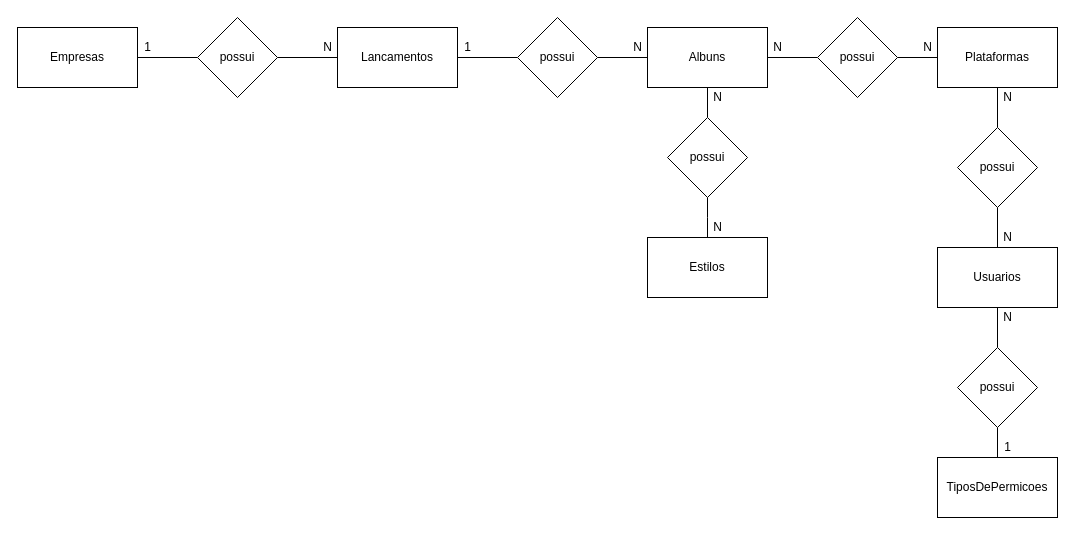
Above: page "conceitual" (1 of 2) of exercicios/1.4-exercicio-optus/1.4-exercicio-optus.drawio in Pedro-B-Alves/senai_sprint1_bd (draw.io), before the change. Source tidied: cells renumbered, new cells numbered last; positions are measured from the earlier drawing's top-left corner, leaving out a move shared by most shapes. Both pictures are drawn from the tidied source at 100%, with x=0, y=0 at pixel (17, 17).
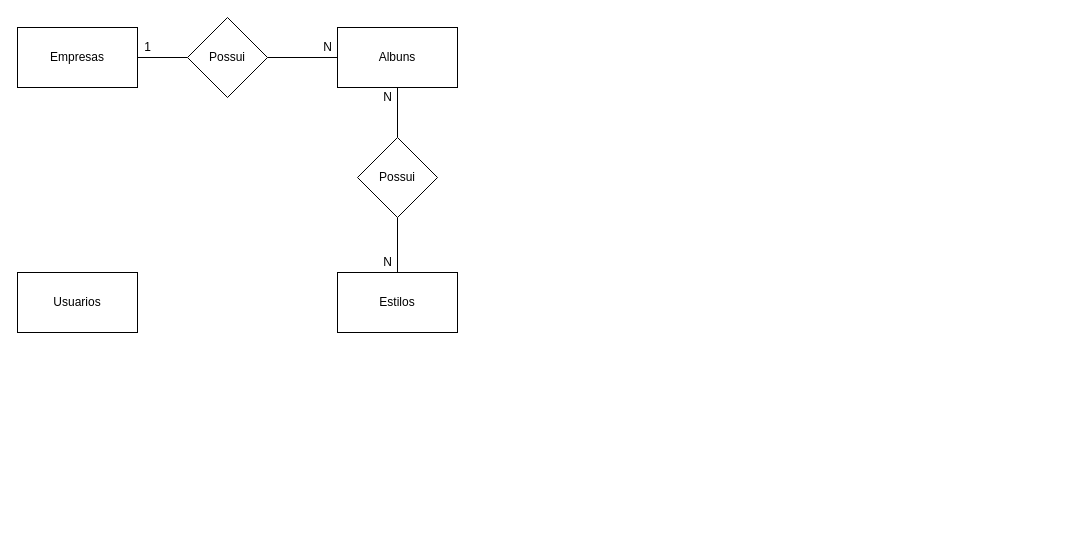
The same page after the edit.

The change refers to these unchanged cells:
```xml
<mxCell id="3" value="Empresas" style="rounded=0;whiteSpace=wrap;html=1;" parent="1" vertex="1">
  <mxGeometry y="10" width="120" height="60" as="geometry" />
</mxCell>
```

What changed in the source:
```diff
@@
-    <mxCell id="2" style="edgeStyle=orthogonalEdgeStyle;rounded=0;jettySize=auto;html=1;exitX=1;exitY=0.5;exitDx=0;exitDy=0;entryX=0;entryY=0.5;entryDx=0;entryDy=0;endArrow=none;endFill=0;" parent="1" edge="1" source="3" target="8">
-      <mxGeometry relative="1" as="geometry" />
-    </mxCell>
+    <mxCell id="39" style="edgeStyle=orthogonalEdgeStyle;rounded=0;jettySize=auto;html=1;exitX=1;exitY=0.5;exitDx=0;exitDy=0;entryX=0;entryY=0.5;entryDx=0;entryDy=0;endArrow=none;endFill=0;" parent="1" edge="1" source="3" target="14">
+      <mxGeometry relative="1" as="geometry" />
+    </mxCell>
@@
-    <mxCell id="4" style="edgeStyle=orthogonalEdgeStyle;rounded=0;jettySize=auto;html=1;exitX=0.5;exitY=1;exitDx=0;exitDy=0;entryX=0.5;entryY=0;entryDx=0;entryDy=0;endArrow=none;endFill=0;" parent="1" edge="1" source="6" target="14">
-      <mxGeometry relative="1" as="geometry" />
-    </mxCell>
-    <mxCell id="5" style="edgeStyle=orthogonalEdgeStyle;rounded=0;jettySize=auto;html=1;exitX=1;exitY=0.5;exitDx=0;exitDy=0;entryX=0;entryY=0.5;entryDx=0;entryDy=0;endArrow=none;endFill=0;" parent="1" edge="1" source="6" target="19">
-      <mxGeometry relative="1" as="geometry" />
-    </mxCell>
+    <mxCell id="40" style="edgeStyle=orthogonalEdgeStyle;rounded=0;jettySize=auto;html=1;exitX=0.5;exitY=1;exitDx=0;exitDy=0;entryX=0.5;entryY=0;entryDx=0;entryDy=0;endArrow=none;endFill=0;" parent="1" edge="1" source="6" target="43">
+      <mxGeometry relative="1" as="geometry" />
+    </mxCell>
     <mxCell id="6" value="Albuns" style="rounded=0;whiteSpace=wrap;html=1;" parent="1" vertex="1">
-      <mxGeometry x="630" y="10" width="120" height="60" as="geometry" />
+      <mxGeometry x="320" y="10" width="120" height="60" as="geometry" />
     </mxCell>
-    <mxCell id="7" style="edgeStyle=orthogonalEdgeStyle;rounded=0;jettySize=auto;html=1;exitX=1;exitY=0.5;exitDx=0;exitDy=0;entryX=0;entryY=0.5;entryDx=0;entryDy=0;endArrow=none;endFill=0;" parent="1" edge="1" source="8" target="12">
-      <mxGeometry relative="1" as="geometry" />
-    </mxCell>
-    <mxCell id="8" value="possui" style="rhombus;whiteSpace=wrap;html=1;" parent="1" vertex="1">
-      <mxGeometry x="180" width="80" height="80" as="geometry" />
-    </mxCell>
-    <mxCell id="9" style="edgeStyle=orthogonalEdgeStyle;rounded=0;jettySize=auto;html=1;exitX=1;exitY=0.5;exitDx=0;exitDy=0;endArrow=none;endFill=0;" parent="1" edge="1" source="11" target="6">
-      <mxGeometry relative="1" as="geometry" />
-    </mxCell>
-    <mxCell id="10" style="edgeStyle=orthogonalEdgeStyle;rounded=0;jettySize=auto;html=1;exitX=0;exitY=0.5;exitDx=0;exitDy=0;entryX=1;entryY=0.5;entryDx=0;entryDy=0;endArrow=none;endFill=0;" parent="1" edge="1" source="11" target="12">
-      <mxGeometry relative="1" as="geometry" />
-    </mxCell>
-    <mxCell id="11" value="possui" style="rhombus;whiteSpace=wrap;html=1;" parent="1" vertex="1">
-      <mxGeometry x="500" width="80" height="80" as="geometry" />
-    </mxCell>
-    <mxCell id="12" value="&lt;span&gt;Lancamentos&lt;/span&gt;" style="rounded=0;whiteSpace=wrap;html=1;" parent="1" vertex="1">
-      <mxGeometry x="320" y="10" width="120" height="60" as="geometry" />
-    </mxCell>
-    <mxCell id="13" style="edgeStyle=orthogonalEdgeStyle;rounded=0;jettySize=auto;html=1;exitX=0.5;exitY=1;exitDx=0;exitDy=0;entryX=0.5;entryY=0;entryDx=0;entryDy=0;endArrow=none;endFill=0;" parent="1" edge="1" source="14">
-      <mxGeometry relative="1" as="geometry">
-        <mxPoint x="690" y="220" as="targetPoint" />
-      </mxGeometry>
-    </mxCell>
+    <mxCell id="41" style="edgeStyle=orthogonalEdgeStyle;rounded=0;jettySize=auto;html=1;exitX=1;exitY=0.5;exitDx=0;exitDy=0;entryX=0;entryY=0.5;entryDx=0;entryDy=0;endArrow=none;endFill=0;" parent="1" edge="1" source="14" target="6">
+      <mxGeometry relative="1" as="geometry" />
+    </mxCell>
-    <mxCell id="14" value="possui" style="rhombus;whiteSpace=wrap;html=1;" parent="1" vertex="1">
-      <mxGeometry x="650" y="100" width="80" height="80" as="geometry" />
+    <mxCell id="14" value="Possui" style="rhombus;whiteSpace=wrap;html=1;" parent="1" vertex="1">
+      <mxGeometry x="170" width="80" height="80" as="geometry" />
     </mxCell>
     <mxCell id="15" value="Estilos" style="rounded=0;whiteSpace=wrap;html=1;" parent="1" vertex="1">
-      <mxGeometry x="630" y="220" width="120" height="60" as="geometry" />
+      <mxGeometry x="320" y="255" width="120" height="60" as="geometry" />
     </mxCell>
-    <mxCell id="16" style="edgeStyle=orthogonalEdgeStyle;rounded=0;jettySize=auto;html=1;exitX=0.5;exitY=1;exitDx=0;exitDy=0;entryX=0.5;entryY=0;entryDx=0;entryDy=0;endArrow=none;endFill=0;" parent="1" edge="1" source="17" target="21">
-      <mxGeometry relative="1" as="geometry" />
-    </mxCell>
-    <mxCell id="17" value="Plataformas" style="rounded=0;whiteSpace=wrap;html=1;" parent="1" vertex="1">
-      <mxGeometry x="920" y="10" width="120" height="60" as="geometry" />
-    </mxCell>
-    <mxCell id="18" style="edgeStyle=orthogonalEdgeStyle;rounded=0;jettySize=auto;html=1;exitX=1;exitY=0.5;exitDx=0;exitDy=0;entryX=0;entryY=0.5;entryDx=0;entryDy=0;endArrow=none;endFill=0;" parent="1" edge="1" source="19" target="17">
-      <mxGeometry relative="1" as="geometry" />
-    </mxCell>
-    <mxCell id="19" value="possui" style="rhombus;whiteSpace=wrap;html=1;" parent="1" vertex="1">
-      <mxGeometry x="800" width="80" height="80" as="geometry" />
-    </mxCell>
-    <mxCell id="20" style="edgeStyle=orthogonalEdgeStyle;rounded=0;jettySize=auto;html=1;exitX=0.5;exitY=1;exitDx=0;exitDy=0;entryX=0.5;entryY=0;entryDx=0;entryDy=0;endArrow=none;endFill=0;" parent="1" edge="1" source="21" target="23">
-      <mxGeometry relative="1" as="geometry" />
-    </mxCell>
-    <mxCell id="21" value="possui" style="rhombus;whiteSpace=wrap;html=1;" parent="1" vertex="1">
-      <mxGeometry x="940" y="110" width="80" height="80" as="geometry" />
-    </mxCell>
-    <mxCell id="22" style="edgeStyle=orthogonalEdgeStyle;rounded=0;jettySize=auto;html=1;exitX=0.5;exitY=1;exitDx=0;exitDy=0;entryX=0.5;entryY=0;entryDx=0;entryDy=0;endArrow=none;endFill=0;" parent="1" edge="1" source="23" target="26">
-      <mxGeometry relative="1" as="geometry" />
-    </mxCell>
-    <mxCell id="23" value="Usuarios" style="rounded=0;whiteSpace=wrap;html=1;" parent="1" vertex="1">
-      <mxGeometry x="920" y="230" width="120" height="60" as="geometry" />
-    </mxCell>
-    <mxCell id="24" value="TiposDePermicoes" style="rounded=0;whiteSpace=wrap;html=1;" parent="1" vertex="1">
-      <mxGeometry x="920" y="440" width="120" height="60" as="geometry" />
-    </mxCell>
-    <mxCell id="25" style="edgeStyle=orthogonalEdgeStyle;rounded=0;jettySize=auto;html=1;exitX=0.5;exitY=1;exitDx=0;exitDy=0;entryX=0.5;entryY=0;entryDx=0;entryDy=0;endArrow=none;endFill=0;" parent="1" edge="1" source="26" target="24">
-      <mxGeometry relative="1" as="geometry" />
-    </mxCell>
-    <mxCell id="26" value="possui" style="rhombus;whiteSpace=wrap;html=1;" parent="1" vertex="1">
-      <mxGeometry x="940" y="330" width="80" height="80" as="geometry" />
-    </mxCell>
@@
-    <mxCell id="28" value="N" style="text;html=1;align=center;verticalAlign=middle;" parent="1" vertex="1">
-      <mxGeometry x="300" y="20" width="20" height="20" as="geometry" />
-    </mxCell>
-    <mxCell id="29" value="1" style="text;html=1;align=center;verticalAlign=middle;" parent="1" vertex="1">
-      <mxGeometry x="440" y="20" width="20" height="20" as="geometry" />
-    </mxCell>
     <mxCell id="30" value="N" style="text;html=1;align=center;verticalAlign=middle;" parent="1" vertex="1">
-      <mxGeometry x="610" y="20" width="20" height="20" as="geometry" />
+      <mxGeometry x="300" y="20" width="20" height="20" as="geometry" />
     </mxCell>
     <mxCell id="31" value="N" style="text;html=1;align=center;verticalAlign=middle;" parent="1" vertex="1">
-      <mxGeometry x="690" y="200" width="20" height="20" as="geometry" />
+      <mxGeometry x="360" y="235" width="20" height="20" as="geometry" />
     </mxCell>
-    <mxCell id="32" value="N" style="text;html=1;align=center;verticalAlign=middle;" parent="1" vertex="1">
-      <mxGeometry x="690" y="70" width="20" height="20" as="geometry" />
-    </mxCell>
-    <mxCell id="33" value="N" style="text;html=1;align=center;verticalAlign=middle;" parent="1" vertex="1">
-      <mxGeometry x="900" y="20" width="20" height="20" as="geometry" />
-    </mxCell>
-    <mxCell id="34" value="N" style="text;html=1;align=center;verticalAlign=middle;" parent="1" vertex="1">
-      <mxGeometry x="750" y="20" width="20" height="20" as="geometry" />
-    </mxCell>
-    <mxCell id="35" value="N" style="text;html=1;align=center;verticalAlign=middle;" parent="1" vertex="1">
-      <mxGeometry x="980" y="210" width="20" height="20" as="geometry" />
-    </mxCell>
-    <mxCell id="36" value="N" style="text;html=1;align=center;verticalAlign=middle;" parent="1" vertex="1">
-      <mxGeometry x="980" y="70" width="20" height="20" as="geometry" />
-    </mxCell>
-    <mxCell id="37" value="1" style="text;html=1;align=center;verticalAlign=middle;" parent="1" vertex="1">
-      <mxGeometry x="980" y="420" width="20" height="20" as="geometry" />
-    </mxCell>
-    <mxCell id="38" value="N" style="text;html=1;align=center;verticalAlign=middle;" parent="1" vertex="1">
-      <mxGeometry x="980" y="290" width="20" height="20" as="geometry" />
-    </mxCell>
+    <mxCell id="42" style="edgeStyle=orthogonalEdgeStyle;rounded=0;jettySize=auto;html=1;exitX=0.5;exitY=1;exitDx=0;exitDy=0;endArrow=none;endFill=0;" parent="1" edge="1" source="43" target="15">
+      <mxGeometry relative="1" as="geometry" />
+    </mxCell>
+    <mxCell id="43" value="Possui" style="rhombus;whiteSpace=wrap;html=1;" parent="1" vertex="1">
+      <mxGeometry x="340" y="120" width="80" height="80" as="geometry" />
+    </mxCell>
+    <mxCell id="44" value="N" style="text;html=1;align=center;verticalAlign=middle;" parent="1" vertex="1">
+      <mxGeometry x="360" y="70" width="20" height="20" as="geometry" />
+    </mxCell>
+    <mxCell id="23" value="Usuarios" style="rounded=0;whiteSpace=wrap;html=1;" parent="1" vertex="1">
+      <mxGeometry y="255" width="120" height="60" as="geometry" />
+    </mxCell>
```
